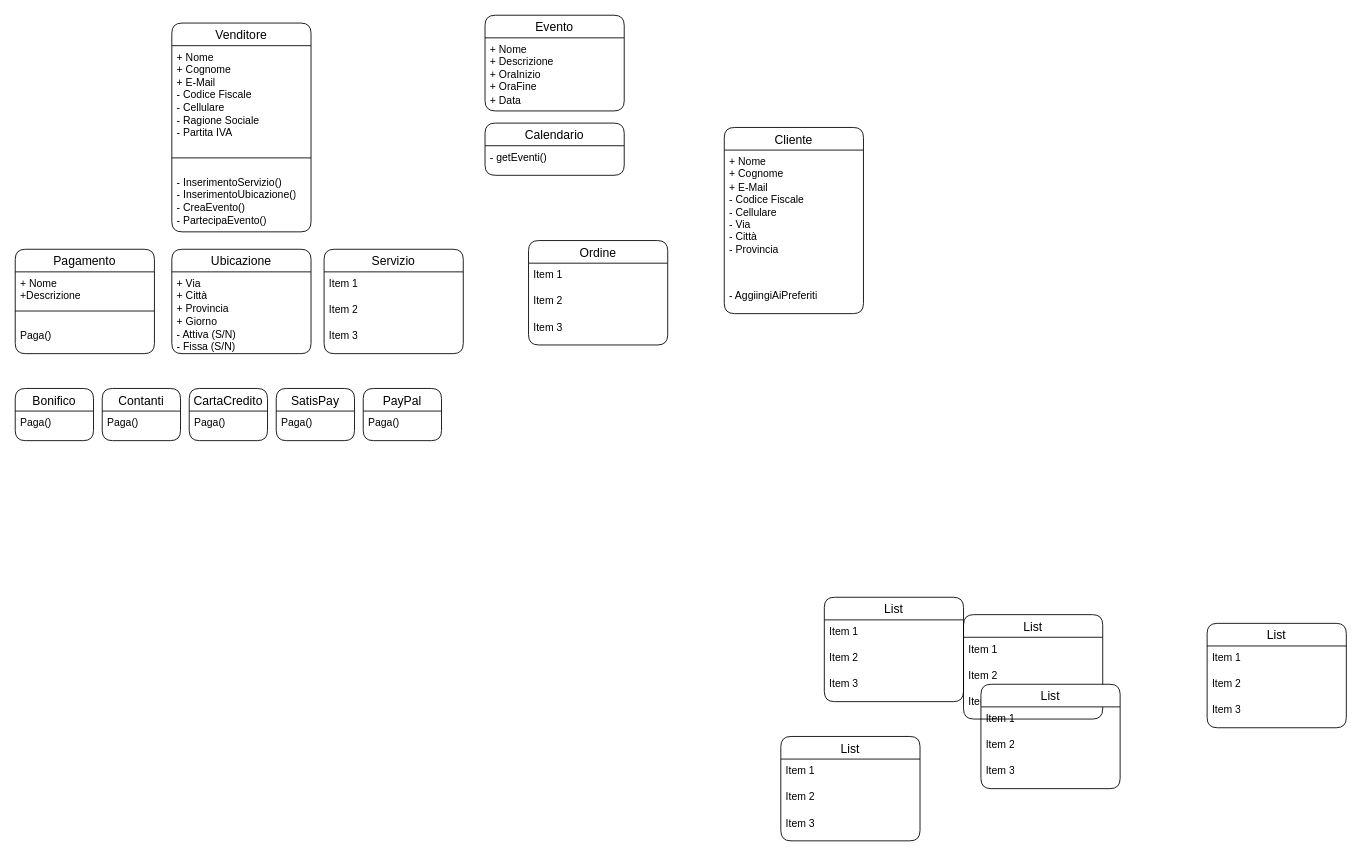
Before: doc_analisi/Diagramma_UML_Km-0.drawio in SuperMauro1966/Km-0, a draw.io diagram. Source tidied: cells renumbered, new cells numbered last; positions are measured from the earlier drawing's top-left corner, leaving out a move shared by most shapes. Both pictures are drawn from the tidied source at 87%, with x=0, y=0 at pixel (15, 15).
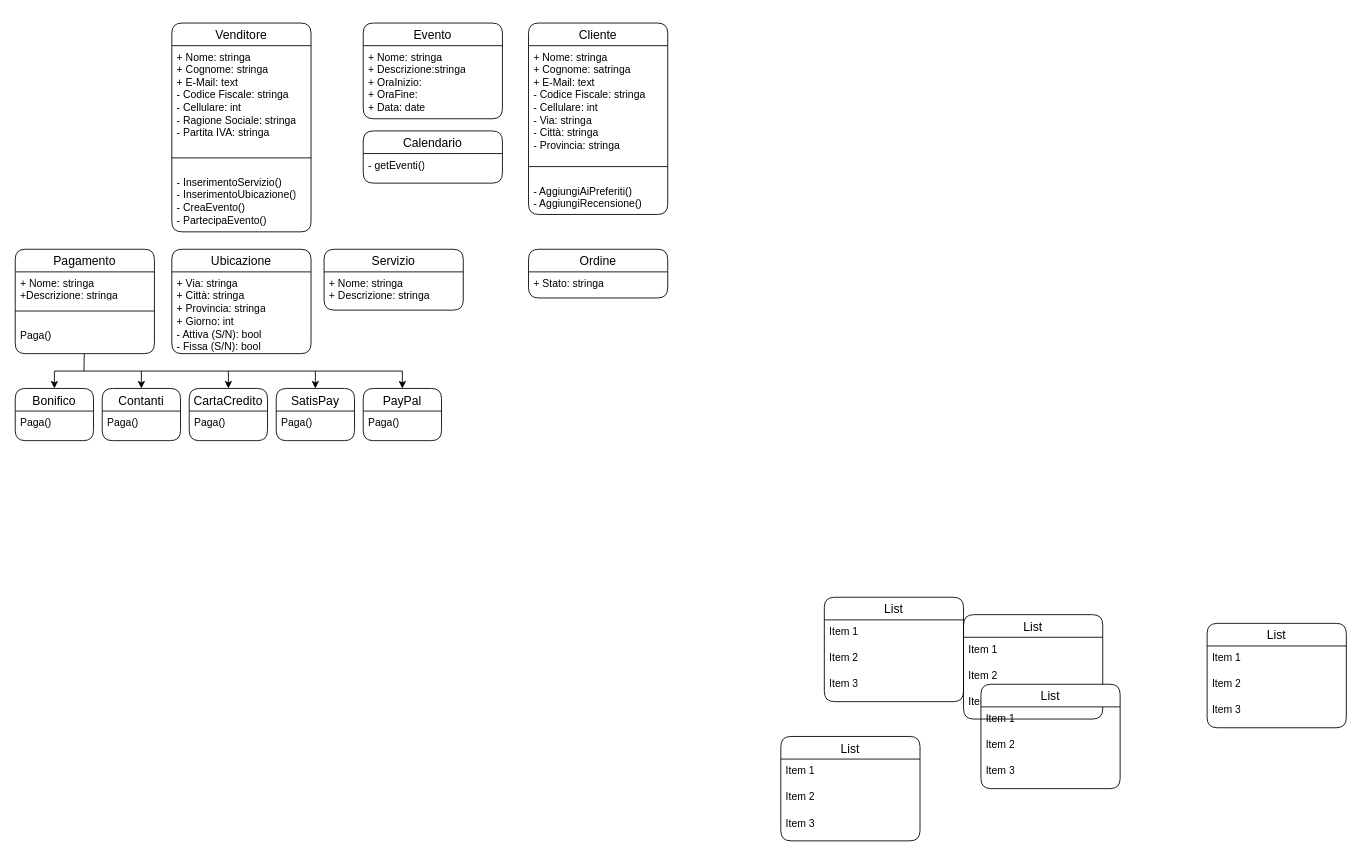
The same diagram, later.

Commit message:
finito il diagramma UML

The change refers to these unchanged cells:
```xml
<mxCell id="14" value="&amp;nbsp;" style="text;strokeColor=none;fillColor=none;spacingLeft=4;spacingRight=4;overflow=hidden;points=[[0,0.5],[1,0.5]];portConstraint=eastwest;fontSize=12;whiteSpace=wrap;html=1;" parent="12" vertex="1">
  <mxGeometry y="150" width="160" height="30" as="geometry" />
</mxCell>
<mxCell id="34" value="Bonifico" style="swimlane;fontStyle=0;horizontal=1;startSize=26;align=center;fontSize=14;rounded=1;" parent="1" vertex="1">
  <mxGeometry y="429" width="90" height="60" as="geometry" />
</mxCell>
<mxCell id="36" value="Ubicazione" style="swimlane;fontStyle=0;horizontal=1;startSize=26;align=center;fontSize=14;rounded=1;" parent="1" vertex="1">
  <mxGeometry x="180" y="269" width="160" height="120" as="geometry" />
</mxCell>
<mxCell id="38" value="Pagamento" style="swimlane;fontStyle=0;horizontal=1;startSize=26;align=center;fontSize=14;rounded=1;" parent="1" vertex="1">
  <mxGeometry y="269" width="160" height="120" as="geometry" />
</mxCell>
<mxCell id="41" value="Paga()" style="text;strokeColor=none;fillColor=none;spacingLeft=4;spacingRight=4;overflow=hidden;points=[[0,0.5],[1,0.5]];portConstraint=eastwest;fontSize=12;whiteSpace=wrap;html=1;rounded=1;glass=0;sketch=1;curveFitting=1;jiggle=2;" parent="38" vertex="1">
  <mxGeometry y="86" width="160" height="34" as="geometry" />
</mxCell>
<mxCell id="47" value="Venditore" style="swimlane;fontStyle=0;horizontal=1;startSize=26;align=center;fontSize=14;rounded=1;" parent="1" vertex="1">
  <mxGeometry x="180" y="9" width="160" height="240" as="geometry" />
</mxCell>
<mxCell id="52" value="Contanti" style="swimlane;fontStyle=0;horizontal=1;startSize=26;align=center;fontSize=14;rounded=1;" parent="1" vertex="1">
  <mxGeometry x="100" y="429" width="90" height="60" as="geometry" />
</mxCell>
<mxCell id="54" value="CartaCredito" style="swimlane;fontStyle=0;horizontal=1;startSize=26;align=center;fontSize=14;rounded=1;" parent="1" vertex="1">
  <mxGeometry x="200" y="429" width="90" height="60" as="geometry" />
</mxCell>
<mxCell id="56" value="SatisPay" style="swimlane;fontStyle=0;horizontal=1;startSize=26;align=center;fontSize=14;rounded=1;" parent="1" vertex="1">
  <mxGeometry x="300" y="429" width="90" height="60" as="geometry" />
</mxCell>
<mxCell id="58" value="PayPal" style="swimlane;fontStyle=0;horizontal=1;startSize=26;align=center;fontSize=14;rounded=1;" parent="1" vertex="1">
  <mxGeometry x="400" y="429" width="90" height="60" as="geometry" />
</mxCell>
```

The edit, as a diff of the source:
```diff
@@
     <mxCell id="6" value="Evento" style="swimlane;fontStyle=0;horizontal=1;startSize=26;align=center;fontSize=14;rounded=1;" parent="1" vertex="1">
-      <mxGeometry x="540" width="160" height="110" as="geometry" />
+      <mxGeometry x="400" y="9" width="160" height="110" as="geometry" />
     </mxCell>
-    <mxCell id="7" value="+ Nome&lt;div&gt;+ Descrizione&lt;/div&gt;&lt;div&gt;+ OraInizio&lt;/div&gt;&lt;div&gt;+ OraFine&lt;/div&gt;&lt;div&gt;+ Data&lt;/div&gt;" style="text;strokeColor=none;fillColor=none;spacingLeft=4;spacingRight=4;overflow=hidden;fontSize=12;whiteSpace=wrap;html=1;" parent="6" vertex="1">
+    <mxCell id="7" value="+ Nome: stringa&lt;div&gt;+ Descrizione:stringa&lt;/div&gt;&lt;div&gt;+ OraInizio:&lt;/div&gt;&lt;div&gt;+ OraFine:&lt;/div&gt;&lt;div&gt;+ Data: date&lt;/div&gt;" style="text;strokeColor=none;fillColor=none;spacingLeft=4;spacingRight=4;overflow=hidden;fontSize=12;whiteSpace=wrap;html=1;" parent="6" vertex="1">
       <mxGeometry y="26" width="160" height="84" as="geometry" />
     </mxCell>
@@
     <mxCell id="12" value="Cliente" style="swimlane;fontStyle=0;horizontal=1;startSize=26;align=center;fontSize=14;rounded=1;" parent="1" vertex="1">
-      <mxGeometry x="815" y="129" width="160" height="214" as="geometry" />
+      <mxGeometry x="590" y="9" width="160" height="220" as="geometry" />
     </mxCell>
-    <mxCell id="13" value="+ Nome&lt;div&gt;+ Cognome&lt;/div&gt;&lt;div&gt;+ E-Mail&lt;/div&gt;&lt;div&gt;- Codice Fiscale&lt;/div&gt;&lt;div&gt;- Cellulare&lt;/div&gt;&lt;div&gt;- Via&lt;/div&gt;&lt;div&gt;- Città&lt;/div&gt;&lt;div&gt;- Provincia&lt;/div&gt;" style="text;strokeColor=none;fillColor=none;spacingLeft=4;spacingRight=4;overflow=hidden;fontSize=12;whiteSpace=wrap;html=1;" parent="12" vertex="1">
+    <mxCell id="13" value="+ Nome: stringa&lt;div&gt;+ Cognome: satringa&lt;/div&gt;&lt;div&gt;+ E-Mail: text&lt;/div&gt;&lt;div&gt;- Codice Fiscale: stringa&lt;/div&gt;&lt;div&gt;- Cellulare: int&lt;/div&gt;&lt;div&gt;- Via: stringa&lt;/div&gt;&lt;div&gt;- Città: stringa&lt;/div&gt;&lt;div&gt;- Provincia: stringa&lt;/div&gt;" style="text;strokeColor=none;fillColor=none;spacingLeft=4;spacingRight=4;overflow=hidden;fontSize=12;whiteSpace=wrap;html=1;" parent="12" vertex="1">
       <mxGeometry y="26" width="160" height="124" as="geometry" />
     </mxCell>
@@
-    <mxCell id="15" value="- AggiingiAiPreferiti" style="text;strokeColor=none;fillColor=none;spacingLeft=4;spacingRight=4;overflow=hidden;fontSize=12;whiteSpace=wrap;html=1;rounded=1;glass=0;sketch=1;curveFitting=1;jiggle=2;" parent="12" vertex="1">
-      <mxGeometry y="180" width="160" height="34" as="geometry" />
+    <mxCell id="15" value="- AggiungiAiPreferiti()&lt;div&gt;- AggiungiRecensione()&lt;br&gt;&lt;/div&gt;" style="text;strokeColor=none;fillColor=none;spacingLeft=4;spacingRight=4;overflow=hidden;fontSize=12;whiteSpace=wrap;html=1;rounded=1;glass=0;sketch=1;curveFitting=1;jiggle=2;" parent="12" vertex="1">
+      <mxGeometry y="180" width="160" height="40" as="geometry" />
     </mxCell>
+    <mxCell id="60" style="endArrow=none;html=1;rounded=0;entryX=1;entryY=0.5;entryDx=0;entryDy=0;exitX=0;exitY=0.5;exitDx=0;exitDy=0;" parent="12" edge="1" source="14" target="14">
+      <mxGeometry relative="1" as="geometry" />
+    </mxCell>
     <mxCell id="16" value="Ordine" style="swimlane;fontStyle=0;horizontal=1;startSize=26;align=center;fontSize=14;rounded=1;" parent="1" vertex="1">
-      <mxGeometry x="590" y="259" width="160" height="120" as="geometry" />
+      <mxGeometry x="590" y="269" width="160" height="56" as="geometry" />
     </mxCell>
-    <mxCell id="17" value="Item 1" style="text;strokeColor=none;fillColor=none;spacingLeft=4;spacingRight=4;overflow=hidden;fontSize=12;whiteSpace=wrap;html=1;" parent="16" vertex="1">
+    <mxCell id="17" value="+ Stato: stringa" style="text;strokeColor=none;fillColor=none;spacingLeft=4;spacingRight=4;overflow=hidden;fontSize=12;whiteSpace=wrap;html=1;" parent="16" vertex="1">
       <mxGeometry y="26" width="160" height="30" as="geometry" />
     </mxCell>
-    <mxCell id="18" value="Item 2" style="text;strokeColor=none;fillColor=none;spacingLeft=4;spacingRight=4;overflow=hidden;fontSize=12;whiteSpace=wrap;html=1;" parent="16" vertex="1">
-      <mxGeometry y="56" width="160" height="30" as="geometry" />
-    </mxCell>
-    <mxCell id="19" value="Item 3" style="text;strokeColor=none;fillColor=none;spacingLeft=4;spacingRight=4;overflow=hidden;fontSize=12;whiteSpace=wrap;html=1;rounded=1;glass=0;sketch=1;curveFitting=1;jiggle=2;" parent="16" vertex="1">
-      <mxGeometry y="86" width="160" height="34" as="geometry" />
-    </mxCell>
@@
     <mxCell id="32" value="Calendario" style="swimlane;fontStyle=0;horizontal=1;startSize=26;align=center;fontSize=14;rounded=1;" parent="1" vertex="1">
-      <mxGeometry x="540" y="124" width="160" height="60" as="geometry" />
+      <mxGeometry x="400" y="133" width="160" height="60" as="geometry" />
     </mxCell>
@@
-    <mxCell id="37" value="+ Via&lt;div&gt;+ Città&lt;/div&gt;&lt;div&gt;+ Provincia&lt;/div&gt;&lt;div&gt;+ Giorno&lt;/div&gt;&lt;div&gt;- Attiva (S/N)&lt;/div&gt;&lt;div&gt;- Fissa (S/N)&lt;/div&gt;&lt;div&gt;&lt;br&gt;&lt;/div&gt;" style="text;strokeColor=none;fillColor=none;spacingLeft=4;spacingRight=4;overflow=hidden;fontSize=12;whiteSpace=wrap;html=1;" parent="36" vertex="1">
+    <mxCell id="37" value="+ Via: stringa&lt;div&gt;+ Città: stringa&lt;/div&gt;&lt;div&gt;+ Provincia: stringa&lt;/div&gt;&lt;div&gt;+ Giorno: int&lt;/div&gt;&lt;div&gt;- Attiva (S/N): bool&lt;/div&gt;&lt;div&gt;- Fissa (S/N): bool&lt;/div&gt;&lt;div&gt;&lt;br&gt;&lt;/div&gt;" style="text;strokeColor=none;fillColor=none;spacingLeft=4;spacingRight=4;overflow=hidden;fontSize=12;whiteSpace=wrap;html=1;" parent="36" vertex="1">
       <mxGeometry y="26" width="160" height="94" as="geometry" />
     </mxCell>
@@
-    <mxCell id="39" value="+ Nome&lt;div&gt;+Descrizione&lt;/div&gt;" style="text;strokeColor=none;fillColor=none;spacingLeft=4;spacingRight=4;overflow=hidden;fontSize=12;whiteSpace=wrap;html=1;" parent="38" vertex="1">
+    <mxCell id="39" value="+ Nome: stringa&lt;div&gt;+Descrizione: stringa&lt;/div&gt;" style="text;strokeColor=none;fillColor=none;spacingLeft=4;spacingRight=4;overflow=hidden;fontSize=12;whiteSpace=wrap;html=1;" parent="38" vertex="1">
       <mxGeometry y="26" width="160" height="30" as="geometry" />
     </mxCell>
@@
     <mxCell id="43" value="Servizio" style="swimlane;fontStyle=0;horizontal=1;startSize=26;align=center;fontSize=14;rounded=1;" parent="1" vertex="1">
-      <mxGeometry x="355" y="269" width="160" height="120" as="geometry" />
+      <mxGeometry x="355" y="269" width="160" height="70" as="geometry" />
     </mxCell>
-    <mxCell id="44" value="Item 1" style="text;strokeColor=none;fillColor=none;spacingLeft=4;spacingRight=4;overflow=hidden;fontSize=12;whiteSpace=wrap;html=1;" parent="43" vertex="1">
-      <mxGeometry y="26" width="160" height="30" as="geometry" />
+    <mxCell id="44" value="+ Nome: stringa&lt;div&gt;+ Descrizione: stringa&lt;/div&gt;" style="text;strokeColor=none;fillColor=none;spacingLeft=4;spacingRight=4;overflow=hidden;fontSize=12;whiteSpace=wrap;html=1;" parent="43" vertex="1">
+      <mxGeometry y="26" width="160" height="44" as="geometry" />
     </mxCell>
-    <mxCell id="45" value="Item 2" style="text;strokeColor=none;fillColor=none;spacingLeft=4;spacingRight=4;overflow=hidden;fontSize=12;whiteSpace=wrap;html=1;" parent="43" vertex="1">
-      <mxGeometry y="56" width="160" height="30" as="geometry" />
-    </mxCell>
-    <mxCell id="46" value="Item 3" style="text;strokeColor=none;fillColor=none;spacingLeft=4;spacingRight=4;overflow=hidden;fontSize=12;whiteSpace=wrap;html=1;rounded=1;glass=0;sketch=1;curveFitting=1;jiggle=2;" parent="43" vertex="1">
-      <mxGeometry y="86" width="160" height="34" as="geometry" />
-    </mxCell>
@@
-    <mxCell id="48" value="+ Nome&lt;div&gt;+ Cognome&lt;/div&gt;&lt;div&gt;+ E-Mail&lt;/div&gt;&lt;div&gt;- Codice Fiscale&lt;/div&gt;&lt;div&gt;- Cellulare&lt;/div&gt;&lt;div&gt;- Ragione Sociale&lt;/div&gt;&lt;div&gt;- Partita IVA&lt;/div&gt;" style="text;strokeColor=none;fillColor=none;spacingLeft=4;spacingRight=4;overflow=hidden;fontSize=12;whiteSpace=wrap;html=1;" parent="47" vertex="1">
+    <mxCell id="48" value="+ Nome: stringa&lt;div&gt;+ Cognome: stringa&lt;/div&gt;&lt;div&gt;+ E-Mail: text&lt;/div&gt;&lt;div&gt;- Codice Fiscale: stringa&lt;/div&gt;&lt;div&gt;- Cellulare: int&lt;/div&gt;&lt;div&gt;- Ragione Sociale: stringa&lt;/div&gt;&lt;div&gt;- Partita IVA: stringa&lt;/div&gt;" style="text;strokeColor=none;fillColor=none;spacingLeft=4;spacingRight=4;overflow=hidden;fontSize=12;whiteSpace=wrap;html=1;" parent="47" vertex="1">
       <mxGeometry y="26" width="160" height="114" as="geometry" />
     </mxCell>
@@
+    <mxCell id="61" style="endArrow=none;html=1;rounded=0;" parent="1" edge="1">
+      <mxGeometry relative="1" as="geometry">
+        <mxPoint x="45" y="409" as="sourcePoint" />
+        <mxPoint x="445" y="409" as="targetPoint" />
+      </mxGeometry>
+    </mxCell>
+    <mxCell id="62" style="endArrow=classic;html=1;rounded=0;entryX=0.5;entryY=0;entryDx=0;entryDy=0;" parent="1" edge="1" target="34">
+      <mxGeometry relative="1" as="geometry">
+        <mxPoint x="45" y="409" as="sourcePoint" />
+      </mxGeometry>
+    </mxCell>
+    <mxCell id="63" style="endArrow=classic;html=1;rounded=0;entryX=0.5;entryY=0;entryDx=0;entryDy=0;" parent="1" edge="1" target="52">
+      <mxGeometry relative="1" as="geometry">
+        <mxPoint x="145" y="409" as="sourcePoint" />
+      </mxGeometry>
+    </mxCell>
+    <mxCell id="64" style="endArrow=classic;html=1;rounded=0;entryX=0.5;entryY=0;entryDx=0;entryDy=0;" parent="1" edge="1" target="54">
+      <mxGeometry relative="1" as="geometry">
+        <mxPoint x="245" y="409" as="sourcePoint" />
+      </mxGeometry>
+    </mxCell>
+    <mxCell id="65" style="endArrow=classic;html=1;rounded=0;entryX=0.5;entryY=0;entryDx=0;entryDy=0;" parent="1" edge="1" target="58">
+      <mxGeometry relative="1" as="geometry">
+        <mxPoint x="445" y="409" as="sourcePoint" />
+      </mxGeometry>
+    </mxCell>
+    <mxCell id="66" style="endArrow=classic;html=1;rounded=0;entryX=0.5;entryY=0;entryDx=0;entryDy=0;" parent="1" edge="1" target="56">
+      <mxGeometry relative="1" as="geometry">
+        <mxPoint x="345" y="409" as="sourcePoint" />
+      </mxGeometry>
+    </mxCell>
+    <mxCell id="67" style="endArrow=none;html=1;rounded=0;exitX=0.496;exitY=1.01;exitDx=0;exitDy=0;exitPerimeter=0;" parent="1" edge="1" source="41">
+      <mxGeometry relative="1" as="geometry">
+        <mxPoint x="79" y="409" as="targetPoint" />
+      </mxGeometry>
+    </mxCell>
```
